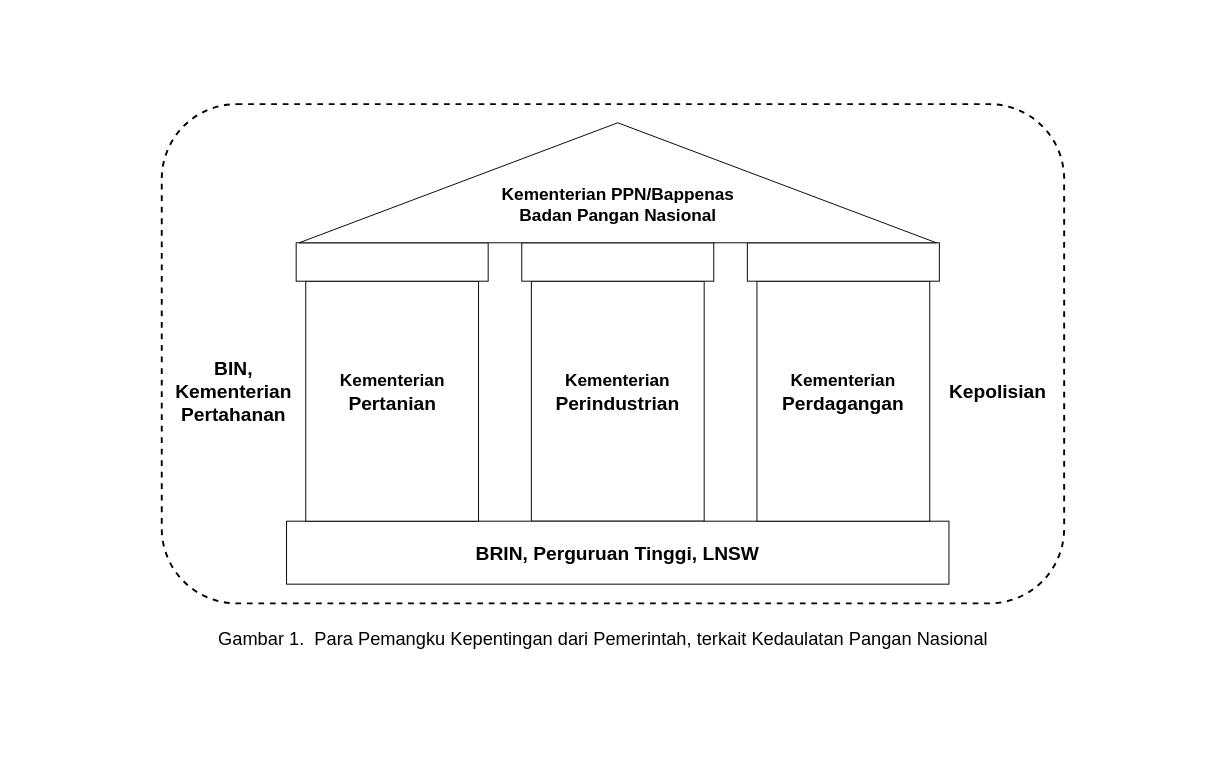
ariesharry/Diagrams keeps this draw.io diagram as House diagram.drawio. Above is the earlier version. Source tidied: cells renumbered, new cells numbered last; positions are measured from the earlier drawing's top-left corner, leaving out a move shared by most shapes. Both pictures are drawn from the tidied source at 96%, with x=0, y=0 at pixel (161, -136).
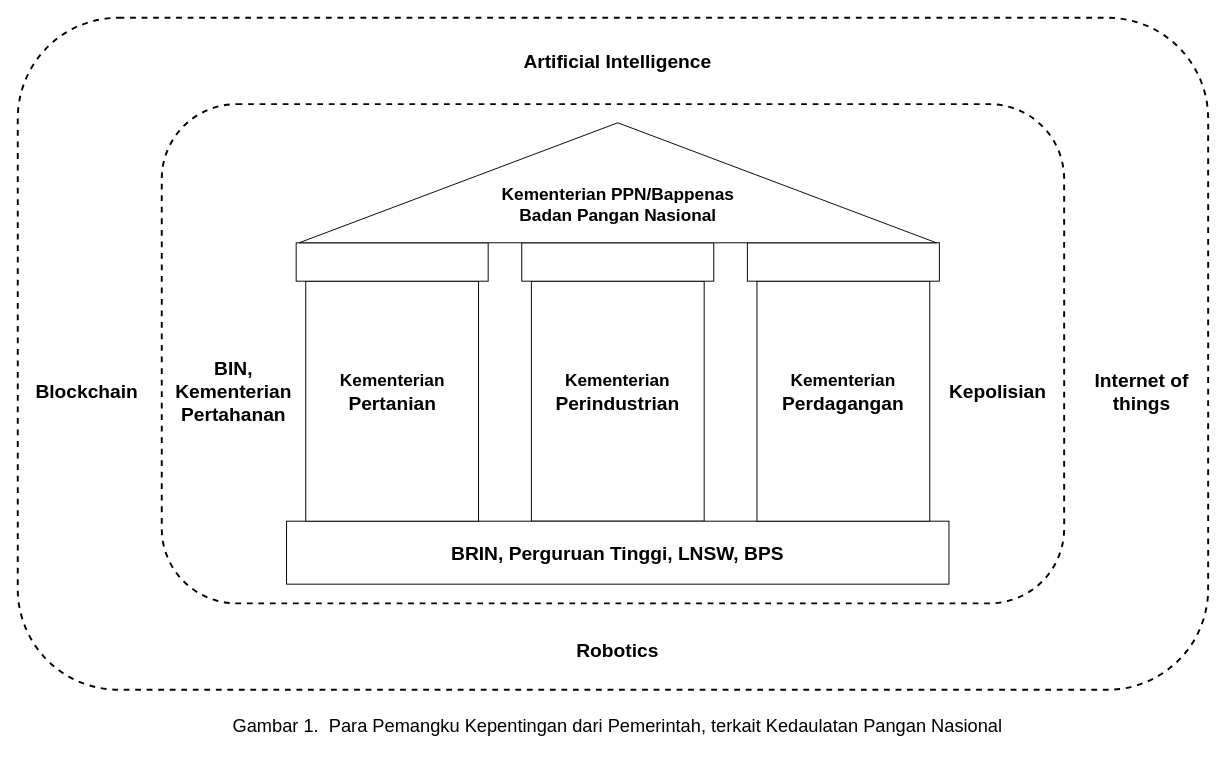
The same page after the edit.

What changed in the source:
```diff
@@
+    <mxCell id="20" style="rounded=1;whiteSpace=wrap;html=1;fontSize=20;fillColor=none;dashed=1;strokeWidth=2;" parent="1" vertex="1">
+      <mxGeometry x="-150" y="160" width="1240" height="700" as="geometry" />
+    </mxCell>
+    <mxCell id="19" style="rounded=1;whiteSpace=wrap;html=1;fontSize=20;fillColor=none;dashed=1;strokeWidth=2;" parent="1" vertex="1">
+      <mxGeometry y="250" width="940" height="520" as="geometry" />
+    </mxCell>
@@
-    <mxCell id="10" value="BRIN, Perguruan Tinggi, LNSW" style="text;html=1;strokeColor=none;fillColor=none;align=center;verticalAlign=middle;whiteSpace=wrap;rounded=0;fontStyle=1;fontSize=20;" parent="1" vertex="1">
-      <mxGeometry x="325" y="702.4" width="300" height="30" as="geometry" />
+    <mxCell id="10" value="BRIN, Perguruan Tinggi, LNSW,&amp;nbsp;BPS" style="text;html=1;strokeColor=none;fillColor=none;align=center;verticalAlign=middle;whiteSpace=wrap;rounded=0;fontStyle=1;fontSize=20;" parent="1" vertex="1">
+      <mxGeometry x="290" y="702.4" width="370" height="30" as="geometry" />
     </mxCell>
@@
     <mxCell id="15" value="Gambar 1. &amp;nbsp;Para Pemangku Kepentingan dari Pemerintah, terkait Kedaulatan Pangan Nasional" style="text;whiteSpace=wrap;html=1;fontSize=19;fontStyle=0;align=center;" parent="1" vertex="1">
-      <mxGeometry x="40" y="790" width="840" height="40" as="geometry" />
+      <mxGeometry x="55" y="880" width="840" height="40" as="geometry" />
     </mxCell>
@@
-    <mxCell id="19" style="rounded=1;whiteSpace=wrap;html=1;fontSize=20;fillColor=none;dashed=1;strokeWidth=2;" parent="1" vertex="1">
-      <mxGeometry y="250" width="940" height="520" as="geometry" />
-    </mxCell>
+    <mxCell id="21" value="Artificial Intelligence" style="text;html=1;strokeColor=none;fillColor=none;align=center;verticalAlign=middle;whiteSpace=wrap;rounded=0;fontStyle=1;fontSize=20;" parent="1" vertex="1">
+      <mxGeometry x="345" y="182" width="260" height="45.6" as="geometry" />
+    </mxCell>
+    <mxCell id="22" value="Internet of things" style="text;html=1;strokeColor=none;fillColor=none;align=center;verticalAlign=middle;whiteSpace=wrap;rounded=0;fontStyle=1;fontSize=20;" parent="1" vertex="1">
+      <mxGeometry x="946" y="526.5" width="150" height="45.6" as="geometry" />
+    </mxCell>
+    <mxCell id="23" value="Blockchain&amp;nbsp;" style="text;html=1;strokeColor=none;fillColor=none;align=center;verticalAlign=middle;whiteSpace=wrap;rounded=0;fontStyle=1;fontSize=20;" parent="1" vertex="1">
+      <mxGeometry x="-150" y="526.5" width="150" height="45.6" as="geometry" />
+    </mxCell>
+    <mxCell id="24" value="Robotics" style="text;html=1;strokeColor=none;fillColor=none;align=center;verticalAlign=middle;whiteSpace=wrap;rounded=0;fontStyle=1;fontSize=20;" parent="1" vertex="1">
+      <mxGeometry x="400" y="795" width="150" height="45.6" as="geometry" />
+    </mxCell>
```
